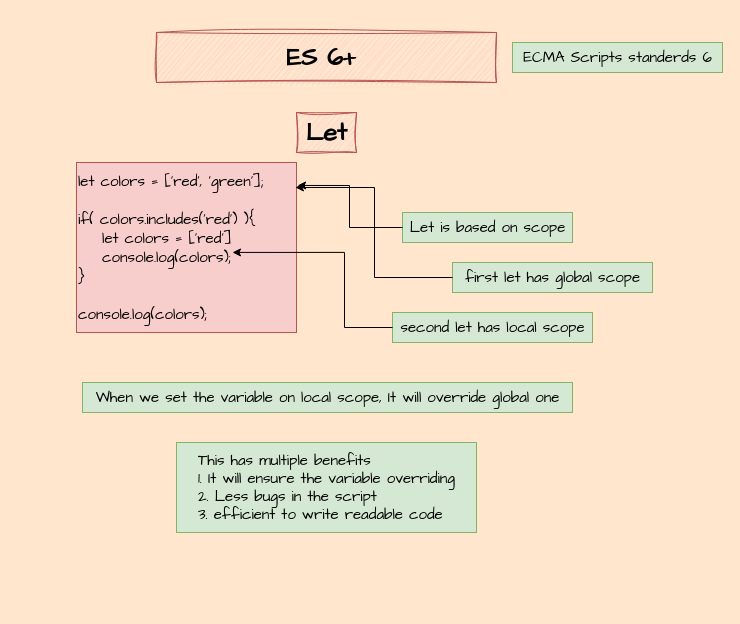
Earlier version of the draw.io diagram page "ES6 - Variable" (9 of 10) of javascript basic to advance.drawio (Shiksha-Skills-Institute/web-development-notes). Source tidied: cells renumbered, new cells numbered last; positions are measured from the earlier drawing's top-left corner, leaving out a move shared by most shapes. Both pictures are drawn from the tidied source at 100%, with x=0, y=0 at pixel (17, 32).
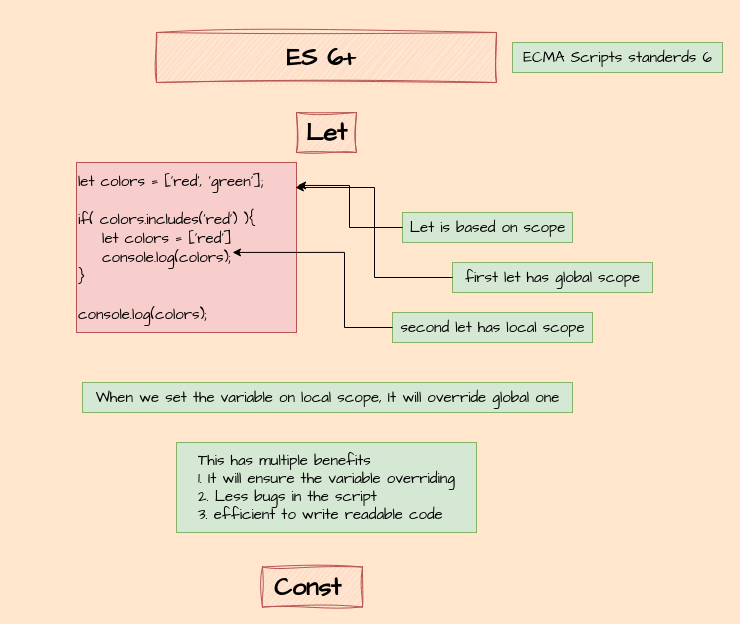
The same page after the edit.

What changed in the source:
```diff
@@
 <mxGraphModel background="#FFE6CC">
   <root>
     <mxCell id="0" />
     <mxCell id="1" parent="0" />
     <mxCell id="2" value="&lt;p&gt;ES 6+&amp;nbsp;&lt;/p&gt;" style="text;html=1;align=center;verticalAlign=middle;whiteSpace=wrap;rounded=0;fontFamily=Comic Sans MS;fontStyle=1;fontSize=25;sketch=1;curveFitting=1;jiggle=2;fillColor=#f8cecc;strokeColor=#b85450;" parent="1" vertex="1">
       <mxGeometry x="139" width="340" height="50" as="geometry" />
     </mxCell>
     <mxCell id="3" value="Let" style="text;html=1;align=center;verticalAlign=middle;fontFamily=Comic Sans MS;fontSize=25;fontStyle=1;sketch=1;curveFitting=1;jiggle=2;fillColor=#f8cecc;strokeColor=#b85450;" parent="1" vertex="1">
       <mxGeometry x="279" y="80" width="60" height="40" as="geometry" />
     </mxCell>
     <mxCell id="4" value="&lt;div style=&quot;text-align: left;&quot;&gt;ECMA Scripts standerds 6&lt;/div&gt;" style="text;html=1;align=center;verticalAlign=middle;strokeColor=#82b366;fillColor=#d5e8d4;fontFamily=Comic Sans MS;fontSize=15;" parent="1" vertex="1">
       <mxGeometry x="495" y="10" width="210" height="30" as="geometry" />
     </mxCell>
     <mxCell id="5" value="&lt;div style=&quot;&quot;&gt;&lt;br&gt;&lt;/div&gt;" style="text;html=1;align=left;verticalAlign=middle;strokeColor=none;fillColor=none;" parent="1" vertex="1">
       <mxGeometry y="330" width="20" height="30" as="geometry" />
     </mxCell>
     <mxCell id="6" value="&lt;div&gt;&lt;font face=&quot;Comic Sans MS&quot;&gt;let colors = ['red', 'green'];&lt;/font&gt;&lt;/div&gt;&lt;div&gt;&lt;font face=&quot;Comic Sans MS&quot;&gt;&lt;br&gt;&lt;/font&gt;&lt;/div&gt;&lt;div&gt;&lt;font face=&quot;Comic Sans MS&quot;&gt;if( colors.includes('red') ){&lt;/font&gt;&lt;/div&gt;&lt;div&gt;&lt;font face=&quot;Comic Sans MS&quot;&gt;&amp;nbsp; &amp;nbsp; let colors = ['red']&lt;/font&gt;&lt;/div&gt;&lt;div&gt;&lt;font face=&quot;Comic Sans MS&quot;&gt;&amp;nbsp; &amp;nbsp; console.log(colors);&lt;/font&gt;&lt;/div&gt;&lt;div&gt;&lt;font face=&quot;Comic Sans MS&quot;&gt;}&lt;/font&gt;&lt;/div&gt;&lt;div&gt;&lt;font face=&quot;Comic Sans MS&quot;&gt;&lt;br&gt;&lt;/font&gt;&lt;/div&gt;&lt;div&gt;&lt;font face=&quot;Comic Sans MS&quot;&gt;console.log(colors);&lt;/font&gt;&lt;/div&gt;" style="text;html=1;align=left;verticalAlign=middle;points=[];strokeColor=#b85450;fillColor=#f8cecc;fontSize=15;" parent="1" vertex="1">
       <mxGeometry x="59" y="130" width="220" height="170" as="geometry" />
     </mxCell>
     <mxCell id="7" value="&lt;div style=&quot;text-align: left;&quot;&gt;Let is based on scope&lt;/div&gt;" style="text;html=1;align=center;verticalAlign=middle;points=[];strokeColor=#82b366;fillColor=#d5e8d4;fontFamily=Comic Sans MS;fontSize=15;" parent="1" vertex="1">
       <mxGeometry x="385" y="180" width="170" height="30" as="geometry" />
     </mxCell>
     <mxCell id="8" style="edgeStyle=orthogonalEdgeStyle;rounded=0;jettySize=auto;html=1;entryX=1.005;entryY=0.135;entryDx=0;entryDy=0;entryPerimeter=0;" parent="1" edge="1" source="7" target="6">
       <mxGeometry relative="1" as="geometry" />
     </mxCell>
     <mxCell id="9" value="&lt;div style=&quot;text-align: left;&quot;&gt;first let has global scope&lt;/div&gt;" style="text;html=1;align=center;verticalAlign=middle;points=[];strokeColor=#82b366;fillColor=#d5e8d4;fontFamily=Comic Sans MS;fontSize=15;" parent="1" vertex="1">
       <mxGeometry x="435" y="230" width="200" height="30" as="geometry" />
     </mxCell>
     <mxCell id="10" style="edgeStyle=orthogonalEdgeStyle;rounded=0;jettySize=auto;html=1;entryX=0.995;entryY=0.147;entryDx=0;entryDy=0;entryPerimeter=0;" parent="1" edge="1" source="9" target="6">
       <mxGeometry relative="1" as="geometry" />
     </mxCell>
     <mxCell id="11" value="&lt;div style=&quot;text-align: left;&quot;&gt;second let has local scope&lt;/div&gt;" style="text;html=1;align=center;verticalAlign=middle;points=[];strokeColor=#82b366;fillColor=#d5e8d4;fontFamily=Comic Sans MS;fontSize=15;" parent="1" vertex="1">
       <mxGeometry x="375" y="280" width="200" height="30" as="geometry" />
     </mxCell>
     <mxCell id="12" style="edgeStyle=orthogonalEdgeStyle;rounded=0;jettySize=auto;html=1;entryX=0.709;entryY=0.529;entryDx=0;entryDy=0;entryPerimeter=0;" parent="1" edge="1" source="11" target="6">
       <mxGeometry relative="1" as="geometry" />
     </mxCell>
     <mxCell id="13" value="&lt;div style=&quot;text-align: left;&quot;&gt;When we set the variable on local scope, It will override global&lt;span style=&quot;background-color: transparent; color: light-dark(rgb(0, 0, 0), rgb(255, 255, 255));&quot;&gt;&amp;nbsp;one&lt;/span&gt;&lt;/div&gt;" style="text;html=1;align=center;verticalAlign=middle;strokeColor=#82b366;fillColor=#d5e8d4;fontFamily=Comic Sans MS;fontSize=15;" parent="1" vertex="1">
       <mxGeometry x="65" y="350" width="490" height="30" as="geometry" />
     </mxCell>
     <mxCell id="14" value="&lt;div style=&quot;text-align: left;&quot;&gt;This has multiple benefits&amp;nbsp;&lt;/div&gt;&lt;div style=&quot;text-align: left;&quot;&gt;1. It will ensure the variable overriding&lt;/div&gt;&lt;div style=&quot;text-align: left;&quot;&gt;2. Less bugs in the script&lt;/div&gt;&lt;div style=&quot;text-align: left;&quot;&gt;3. efficient to write readable code&lt;/div&gt;" style="text;html=1;align=center;verticalAlign=middle;strokeColor=#82b366;fillColor=#d5e8d4;fontFamily=Comic Sans MS;fontSize=15;" parent="1" vertex="1">
       <mxGeometry x="159" y="410" width="300" height="90" as="geometry" />
     </mxCell>
+    <mxCell id="15" value="Const&amp;nbsp;" style="text;html=1;align=center;verticalAlign=middle;fontFamily=Comic Sans MS;fontSize=25;fontStyle=1;sketch=1;curveFitting=1;jiggle=2;fillColor=#f8cecc;strokeColor=#b85450;" parent="1" vertex="1">
+      <mxGeometry x="245" y="534.5" width="100" height="40" as="geometry" />
+    </mxCell>
   </root>
 </mxGraphModel>
```
